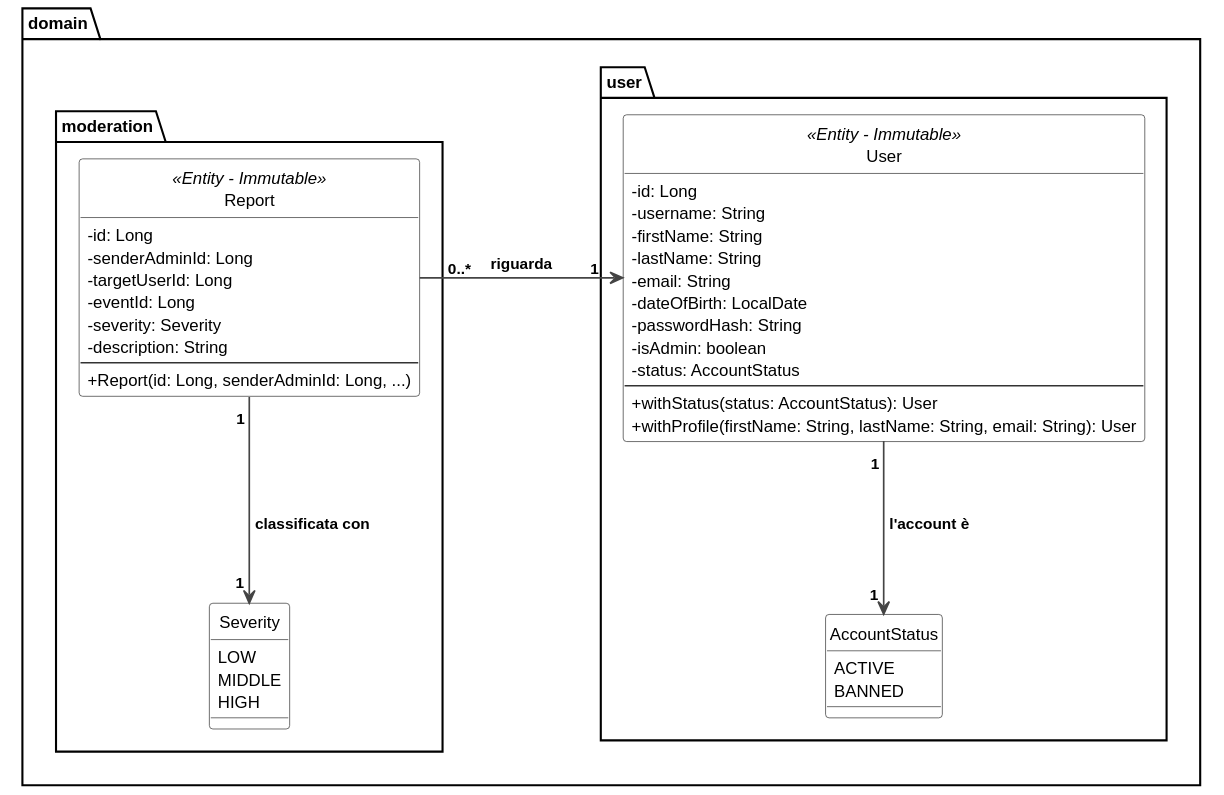
Before: docs/diagrams/domain/domain-users.svg, a diagram exported from PlantUML (MeruemMeurel/Venue_Event_Organiser). The source it was exported from:
```plantuml
@startuml
skinparam style strictuml
skinparam classAttributeIconSize 0

skinparam DefaultFontName "Helvetica"
skinparam DefaultFontSize 12
skinparam class {
    BackgroundColor White
    BorderColor #333333
    ArrowColor #555555
}
skinparam nodesep 100
skinparam ranksep 100

skinparam ArrowThickness 1.2
skinparam ArrowFontStyle bold
skinparam ArrowFontSize 11
skinparam ArrowColor #444444

package "domain.user" {
    class User <<Entity - Immutable>> {
        - id: Long
        - username: String
        - firstName: String
        - lastName: String
        - email: String
        - dateOfBirth: LocalDate
        - passwordHash: String
        - isAdmin: boolean
        - status: AccountStatus
        --
        + withStatus(status: AccountStatus): User
        + withProfile(firstName: String, lastName: String, email: String): User
    }

    enum AccountStatus {
        ACTIVE
        BANNED
    }
}

package "domain.moderation" {
    class Report <<Entity - Immutable>> {
        - id: Long
        - senderAdminId: Long
        - targetUserId: Long
        - eventId: Long
        - severity: Severity
        - description: String
        --
        + Report(id: Long, senderAdminId: Long, ...)
    }

    enum Severity {
        LOW
        MIDDLE
        HIGH
    }
}

User "1 " --> "1 " AccountStatus : " l'account è"
Report "1 " --> "1 " Severity : " classificata con"
Report "    0..*" -right-> "1   " User : "riguarda"
@endum
```
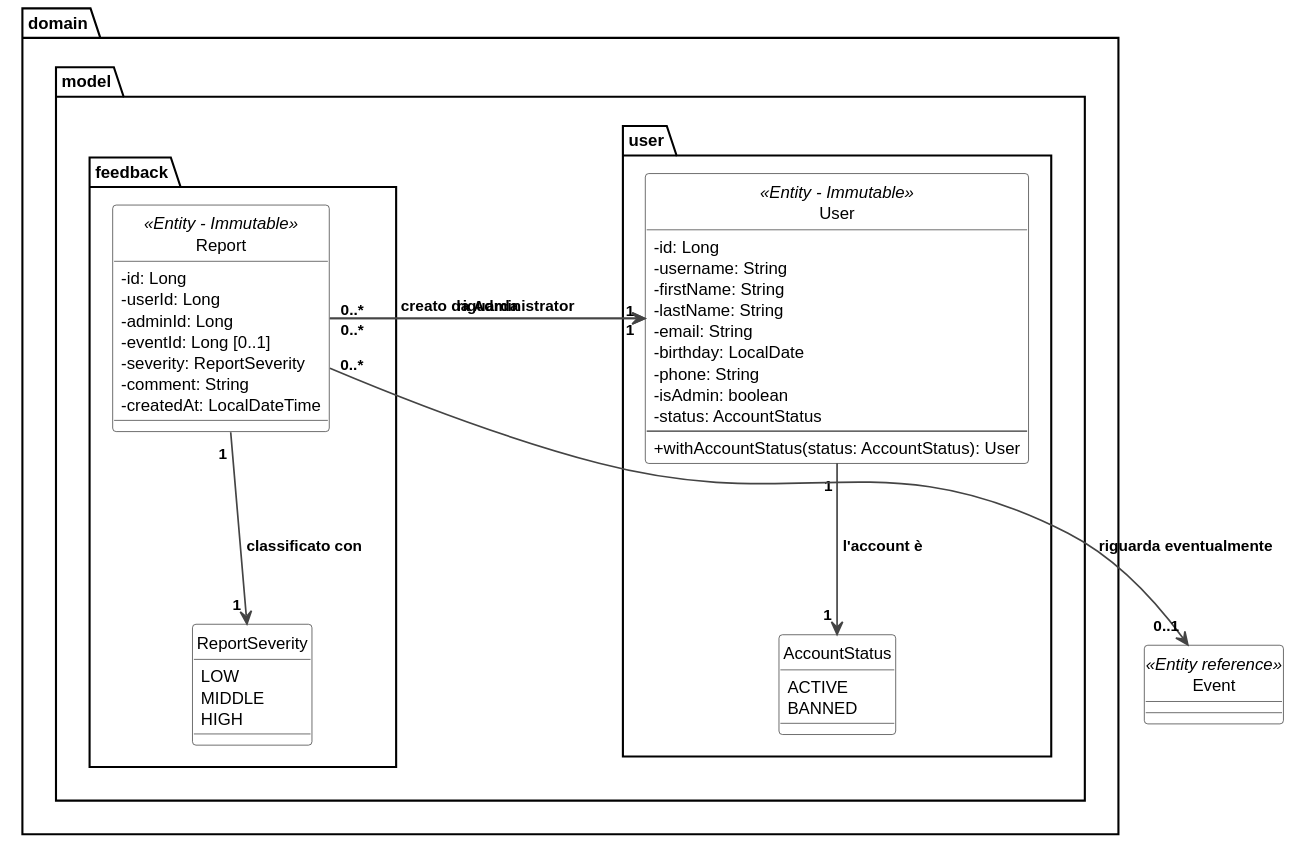
After the commit.

Commit message:
docs: align domain diagrams with implementation

What changed in the source:
```diff
@@ -17,20 +17,19 @@
 skinparam ArrowFontSize 11
 skinparam ArrowColor #444444
 
-package "domain.user" {
+package "domain.model.user" {
     class User <<Entity - Immutable>> {
         - id: Long
         - username: String
         - firstName: String
         - lastName: String
         - email: String
-        - dateOfBirth: LocalDate
-        - passwordHash: String
+        - birthday: LocalDate
+        - phone: String
         - isAdmin: boolean
         - status: AccountStatus
         --
-        + withStatus(status: AccountStatus): User
-        + withProfile(firstName: String, lastName: String, email: String): User
+        + withAccountStatus(status: AccountStatus): User
     }
 
     enum AccountStatus {
@@ -39,19 +38,18 @@
     }
 }
 
-package "domain.moderation" {
+package "domain.model.feedback" {
     class Report <<Entity - Immutable>> {
         - id: Long
-        - senderAdminId: Long
-        - targetUserId: Long
-        - eventId: Long
-        - severity: Severity
-        - description: String
-        --
-        + Report(id: Long, senderAdminId: Long, ...)
+        - userId: Long
+        - adminId: Long
+        - eventId: Long [0..1]
+        - severity: ReportSeverity
+        - comment: String
+        - createdAt: LocalDateTime
     }
 
-    enum Severity {
+    enum ReportSeverity {
         LOW
         MIDDLE
         HIGH
@@ -59,6 +57,9 @@
 }
 
 User "1 " --> "1 " AccountStatus : " l'account è"
-Report "1 " --> "1 " Severity : " classificata con"
-Report "    0..*" -right-> "1   " User : "riguarda"
+class Event <<Entity reference>>
+Report "0..*" --> "0..1" Event : "riguarda eventualmente"
+Report "1 " --> "1 " ReportSeverity : " classificato con"
+Report "0..*" -right-> "1" User : "riguarda"
+Report "0..*" -left-> "1" User : "creato da Administrator"
 @endum
```
